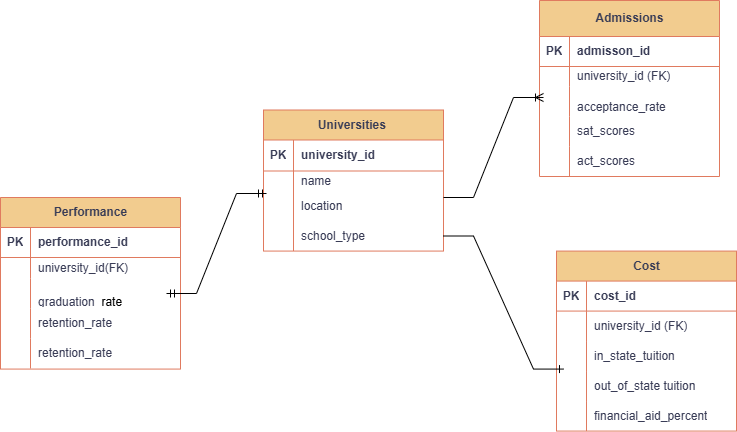
The draw.io diagram U.S. University.drawio.png in Manny-97/dec-hackathon, before a commit. Source tidied: cells renumbered, new cells last; positions are measured from the earlier drawing's top-left corner, leaving out a move shared by most shapes.
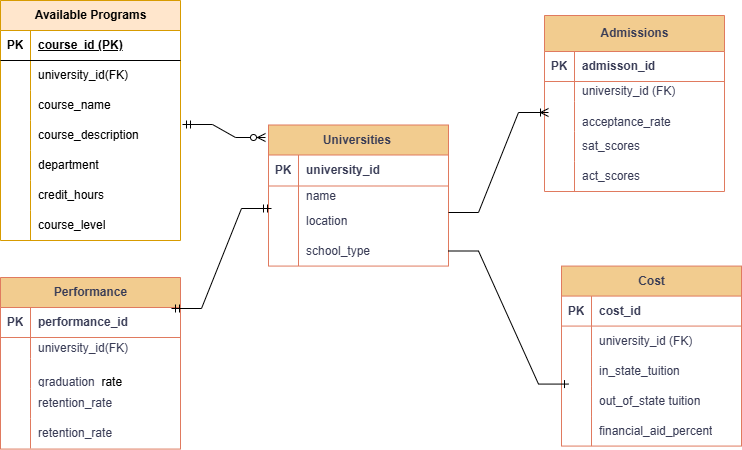
Later version of the same file.

What changed in the source:
```diff
@@ -90,7 +90,7 @@
       <mxGeometry x="30" width="150" height="30" as="geometry" />
     </mxCell>
     <mxCell id="31" value="Performance" style="shape=table;startSize=30;rowLines=0;fontStyle=1;align=center;html=1;labelBackgroundColor=none;fillColor=#F2CC8F;strokeColor=#E07A5F;fontColor=#393C56;" parent="1" vertex="1">
-      <mxGeometry y="197" width="180" height="171.6" as="geometry" />
+      <mxGeometry x="-5" y="262" width="180" height="171.6" as="geometry" />
     </mxCell>
     <mxCell id="32" style="shape=tableRow;horizontal=0;startSize=0;swimlaneHead=0;swimlaneBody=0;fillColor=none;top=0;left=0;right=0;bottom=1;labelBackgroundColor=none;strokeColor=#E07A5F;fontColor=#393C56;" parent="31" vertex="1">
       <mxGeometry y="30" width="180" height="30" as="geometry" />
@@ -202,5 +202,77 @@
         <mxPoint x="563" y="368.6" as="targetPoint" />
       </mxGeometry>
     </mxCell>
+    <mxCell id="66" value="Available Programs" style="shape=table;startSize=30;rowLines=0;fontStyle=1;align=center;html=1;fillColor=#ffe6cc;strokeColor=#d79b00;" parent="1" vertex="1">
+      <mxGeometry x="-5" y="-15" width="180" height="240" as="geometry" />
+    </mxCell>
+    <mxCell id="67" style="shape=tableRow;horizontal=0;startSize=0;swimlaneHead=0;swimlaneBody=0;fillColor=none;top=0;left=0;right=0;bottom=1;" parent="66" vertex="1">
+      <mxGeometry y="30" width="180" height="30" as="geometry" />
+    </mxCell>
+    <mxCell id="68" value="PK" style="shape=partialRectangle;fillColor=none;top=0;left=0;bottom=0;right=0;fontStyle=1;overflow=hidden;whiteSpace=wrap;html=1;" parent="67" vertex="1">
+      <mxGeometry width="30" height="30" as="geometry" />
+    </mxCell>
+    <mxCell id="69" value="course_id (PK)" style="shape=partialRectangle;fillColor=none;top=0;left=0;bottom=0;right=0;align=left;spacingLeft=6;fontStyle=5;overflow=hidden;whiteSpace=wrap;html=1;" parent="67" vertex="1">
+      <mxGeometry x="30" width="150" height="30" as="geometry" />
+    </mxCell>
+    <mxCell id="70" style="shape=tableRow;horizontal=0;startSize=0;swimlaneHead=0;swimlaneBody=0;fillColor=none;top=0;left=0;right=0;bottom=0;" parent="66" vertex="1">
+      <mxGeometry y="60" width="180" height="30" as="geometry" />
+    </mxCell>
+    <mxCell id="71" style="shape=partialRectangle;fillColor=none;top=0;left=0;bottom=0;right=0;overflow=hidden;whiteSpace=wrap;html=1;" parent="70" vertex="1">
+      <mxGeometry width="30" height="30" as="geometry" />
+    </mxCell>
+    <mxCell id="72" value="university_id(FK)" style="shape=partialRectangle;fillColor=none;top=0;left=0;bottom=0;right=0;align=left;spacingLeft=6;overflow=hidden;whiteSpace=wrap;html=1;" parent="70" vertex="1">
+      <mxGeometry x="30" width="150" height="30" as="geometry" />
+    </mxCell>
+    <mxCell id="73" style="shape=tableRow;horizontal=0;startSize=0;swimlaneHead=0;swimlaneBody=0;fillColor=none;top=0;left=0;right=0;bottom=0;" parent="66" vertex="1">
+      <mxGeometry y="90" width="180" height="30" as="geometry" />
+    </mxCell>
+    <mxCell id="74" style="shape=partialRectangle;fillColor=none;top=0;left=0;bottom=0;right=0;overflow=hidden;whiteSpace=wrap;html=1;" parent="73" vertex="1">
+      <mxGeometry width="30" height="30" as="geometry" />
+    </mxCell>
+    <mxCell id="75" value="course_name" style="shape=partialRectangle;fillColor=none;top=0;left=0;bottom=0;right=0;align=left;spacingLeft=6;overflow=hidden;whiteSpace=wrap;html=1;" parent="73" vertex="1">
+      <mxGeometry x="30" width="150" height="30" as="geometry" />
+    </mxCell>
+    <mxCell id="76" style="shape=tableRow;horizontal=0;startSize=0;swimlaneHead=0;swimlaneBody=0;fillColor=none;top=0;left=0;right=0;bottom=0;" parent="66" vertex="1">
+      <mxGeometry y="120" width="180" height="30" as="geometry" />
+    </mxCell>
+    <mxCell id="77" style="shape=partialRectangle;fillColor=none;top=0;left=0;bottom=0;right=0;overflow=hidden;whiteSpace=wrap;html=1;" parent="76" vertex="1">
+      <mxGeometry width="30" height="30" as="geometry" />
+    </mxCell>
+    <mxCell id="78" value="course_description" style="shape=partialRectangle;fillColor=none;top=0;left=0;bottom=0;right=0;align=left;spacingLeft=6;overflow=hidden;whiteSpace=wrap;html=1;" parent="76" vertex="1">
+      <mxGeometry x="30" width="150" height="30" as="geometry" />
+    </mxCell>
+    <mxCell id="79" style="shape=tableRow;horizontal=0;startSize=0;swimlaneHead=0;swimlaneBody=0;fillColor=none;top=0;left=0;right=0;bottom=0;" parent="66" vertex="1">
+      <mxGeometry y="150" width="180" height="30" as="geometry" />
+    </mxCell>
+    <mxCell id="80" style="shape=partialRectangle;fillColor=none;top=0;left=0;bottom=0;right=0;overflow=hidden;whiteSpace=wrap;html=1;" parent="79" vertex="1">
+      <mxGeometry width="30" height="30" as="geometry" />
+    </mxCell>
+    <mxCell id="81" value="department" style="shape=partialRectangle;fillColor=none;top=0;left=0;bottom=0;right=0;align=left;spacingLeft=6;overflow=hidden;whiteSpace=wrap;html=1;" parent="79" vertex="1">
+      <mxGeometry x="30" width="150" height="30" as="geometry" />
+    </mxCell>
+    <mxCell id="82" style="shape=tableRow;horizontal=0;startSize=0;swimlaneHead=0;swimlaneBody=0;fillColor=none;top=0;left=0;right=0;bottom=0;" parent="66" vertex="1">
+      <mxGeometry y="180" width="180" height="30" as="geometry" />
+    </mxCell>
+    <mxCell id="83" style="shape=partialRectangle;fillColor=none;top=0;left=0;bottom=0;right=0;overflow=hidden;whiteSpace=wrap;html=1;" parent="82" vertex="1">
+      <mxGeometry width="30" height="30" as="geometry" />
+    </mxCell>
+    <mxCell id="84" value="credit_hours" style="shape=partialRectangle;fillColor=none;top=0;left=0;bottom=0;right=0;align=left;spacingLeft=6;overflow=hidden;whiteSpace=wrap;html=1;" parent="82" vertex="1">
+      <mxGeometry x="30" width="150" height="30" as="geometry" />
+    </mxCell>
+    <mxCell id="85" style="shape=tableRow;horizontal=0;startSize=0;swimlaneHead=0;swimlaneBody=0;fillColor=none;top=0;left=0;right=0;bottom=0;" parent="66" vertex="1">
+      <mxGeometry y="210" width="180" height="30" as="geometry" />
+    </mxCell>
+    <mxCell id="86" style="shape=partialRectangle;fillColor=none;top=0;left=0;bottom=0;right=0;overflow=hidden;whiteSpace=wrap;html=1;" parent="85" vertex="1">
+      <mxGeometry width="30" height="30" as="geometry" />
+    </mxCell>
+    <mxCell id="87" value="course_level" style="shape=partialRectangle;fillColor=none;top=0;left=0;bottom=0;right=0;align=left;spacingLeft=6;overflow=hidden;whiteSpace=wrap;html=1;" parent="85" vertex="1">
+      <mxGeometry x="30" width="150" height="30" as="geometry" />
+    </mxCell>
+    <mxCell id="88" style="edgeStyle=entityRelationEdgeStyle;fontSize=12;html=1;endArrow=ERzeroToMany;startArrow=ERmandOne;rounded=0;" parent="1" edge="1">
+      <mxGeometry relative="1" as="geometry">
+        <mxPoint x="177" y="109" as="sourcePoint" />
+        <mxPoint x="260" y="122" as="targetPoint" />
+      </mxGeometry>
+    </mxCell>
   </root>
 </mxGraphModel>
```
